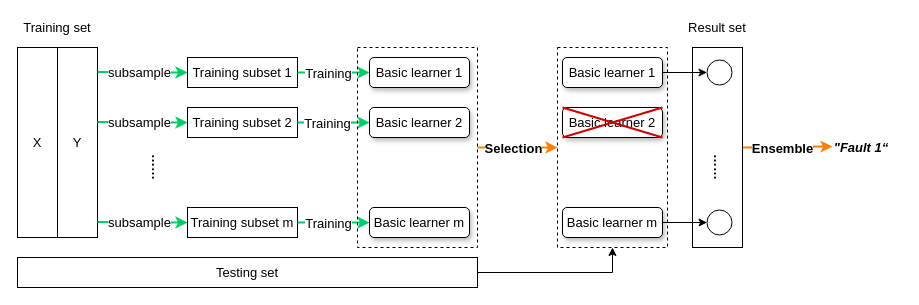
Earlier version of the draw.io diagram Untitled Diagram.drawio (Juno-Qi/DeepLearning_tutorials). Source tidied: cells renumbered, new cells numbered last; positions are measured from the earlier drawing's top-left corner, leaving out a move shared by most shapes. Both pictures are drawn from the tidied source at 100%, with x=0, y=0 at pixel (17, 17).
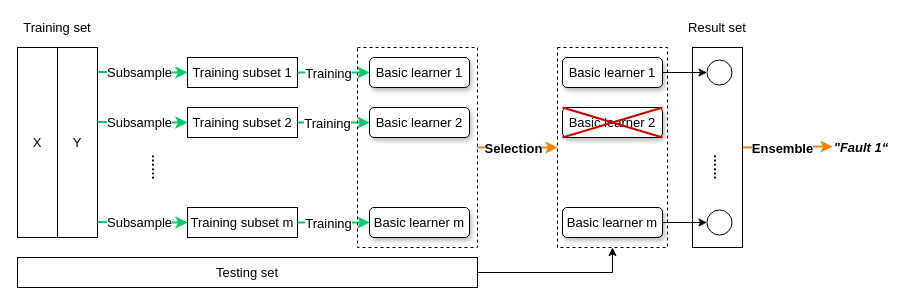
The same diagram, later.

The change refers to these unchanged cells:
```xml
<mxCell id="4" style="endArrow=classic;html=1;strokeColor=#00CC66;fontSize=13;strokeWidth=2;" parent="1" edge="1">
  <mxGeometry relative="1" as="geometry">
    <mxPoint x="80" y="54.5" as="sourcePoint" />
    <mxPoint x="170" y="55" as="targetPoint" />
  </mxGeometry>
</mxCell>
<mxCell id="6" style="endArrow=classic;html=1;strokeColor=#00CC66;fontSize=13;strokeWidth=2;" parent="1" edge="1">
  <mxGeometry relative="1" as="geometry">
    <mxPoint x="80" y="104.5" as="sourcePoint" />
    <mxPoint x="170" y="105" as="targetPoint" />
  </mxGeometry>
</mxCell>
<mxCell id="18" style="endArrow=classic;html=1;strokeColor=#00CC66;fontSize=13;strokeWidth=2;" parent="1" edge="1">
  <mxGeometry relative="1" as="geometry">
    <mxPoint x="80" y="204.5" as="sourcePoint" />
    <mxPoint x="170" y="205" as="targetPoint" />
  </mxGeometry>
</mxCell>
```

Diff of the diagram source:
```diff
@@
-    <mxCell id="5" value="subsample" style="edgeLabel;html=1;align=center;verticalAlign=middle;fontSize=13;" parent="4" vertex="1">
+    <mxCell id="5" value="Subsample" style="edgeLabel;html=1;align=center;verticalAlign=middle;fontSize=13;" parent="4" vertex="1">
       <mxGeometry relative="1" as="geometry">
         <mxPoint x="-3" as="offset" />
       </mxGeometry>
     </mxCell>
@@
-    <mxCell id="7" value="subsample" style="edgeLabel;html=1;align=center;verticalAlign=middle;fontSize=13;" parent="6" vertex="1">
+    <mxCell id="7" value="Subsample" style="edgeLabel;html=1;align=center;verticalAlign=middle;fontSize=13;" parent="6" vertex="1">
       <mxGeometry relative="1" as="geometry">
         <mxPoint x="-3" as="offset" />
       </mxGeometry>
     </mxCell>
@@
-    <mxCell id="19" value="subsample" style="edgeLabel;html=1;align=center;verticalAlign=middle;fontSize=13;" parent="18" vertex="1">
+    <mxCell id="19" value="Subsample" style="edgeLabel;html=1;align=center;verticalAlign=middle;fontSize=13;" parent="18" vertex="1">
       <mxGeometry relative="1" as="geometry">
         <mxPoint x="-3" as="offset" />
       </mxGeometry>
     </mxCell>
```
